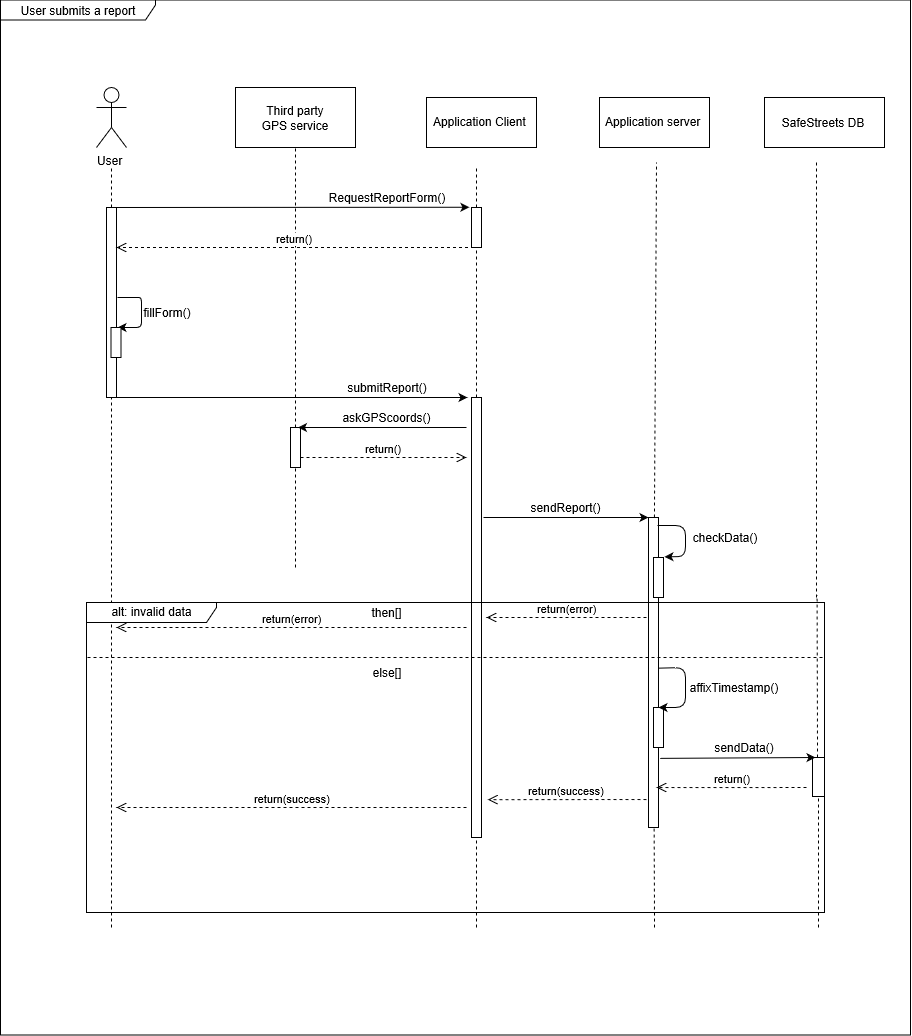
Above: RASD/Images/ReportSubmitSequenceDiagram-0-2.png in fafrullo2/PanzeriPeruginiPipita (draw.io), before the change. Source tidied: cells renumbered, new cells last; positions are measured from the earlier drawing's top-left corner, leaving out a move shared by most shapes.
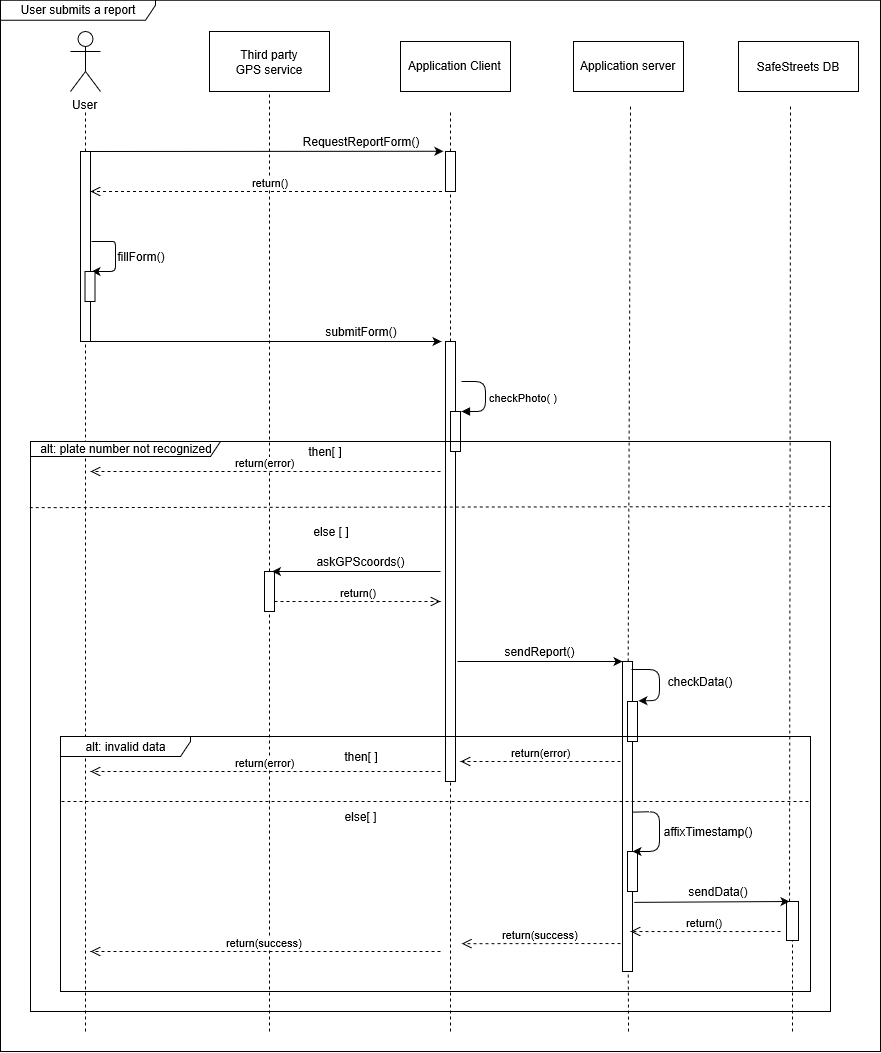
Above is the later version.

Diff of the diagram source:
```diff
@@ -42,7 +42,7 @@
     </mxCell>
     <mxCell id="12" style="endArrow=none;dashed=1;html=1;" parent="1" edge="1" target="11">
       <mxGeometry relative="1" as="geometry">
-        <mxPoint x="111" y="928" as="sourcePoint" />
+        <mxPoint x="111" y="1088" as="sourcePoint" />
       </mxGeometry>
     </mxCell>
     <mxCell id="13" style="endArrow=classic;html=1;" parent="1" edge="1">
@@ -64,7 +64,7 @@
     <mxCell id="15" style="endArrow=classic;html=1;exitX=0.75;exitY=1;exitDx=0;exitDy=0;entryX=-0.4;entryY=0;entryDx=0;entryDy=0;entryPerimeter=0;" parent="1" edge="1" source="11" target="19">
       <mxGeometry relative="1" as="geometry" />
     </mxCell>
-    <mxCell id="16" value="submitReport()" style="text;html=1;strokeColor=none;fillColor=none;align=center;verticalAlign=middle;whiteSpace=wrap;rounded=0;" parent="1" vertex="1">
+    <mxCell id="16" value="submitForm()" style="text;html=1;strokeColor=none;fillColor=none;align=center;verticalAlign=middle;whiteSpace=wrap;rounded=0;" parent="1" vertex="1">
       <mxGeometry x="366" y="378" width="40" height="20" as="geometry" />
     </mxCell>
     <mxCell id="17" style="rounded=0;whiteSpace=wrap;html=1;" parent="1" vertex="1">
@@ -76,56 +76,56 @@
     <mxCell id="19" style="rounded=0;whiteSpace=wrap;html=1;" parent="1" vertex="1">
       <mxGeometry x="471" y="398" width="10" height="440" as="geometry" />
     </mxCell>
-    <mxCell id="20" style="endArrow=none;dashed=1;html=1;" parent="1" edge="1" target="19">
+    <mxCell id="20" style="endArrow=none;dashed=1;html=1;entryX=0.5;entryY=1;entryDx=0;entryDy=0;" parent="1" edge="1" target="19">
       <mxGeometry relative="1" as="geometry">
-        <mxPoint x="476" y="928" as="sourcePoint" />
+        <mxPoint x="476" y="1088" as="sourcePoint" />
       </mxGeometry>
     </mxCell>
     <mxCell id="21" style="endArrow=classic;html=1;" parent="1" edge="1">
       <mxGeometry relative="1" as="geometry">
-        <mxPoint x="483" y="518" as="sourcePoint" />
-        <mxPoint x="648" y="518" as="targetPoint" />
+        <mxPoint x="483" y="718" as="sourcePoint" />
+        <mxPoint x="648" y="718" as="targetPoint" />
       </mxGeometry>
     </mxCell>
     <mxCell id="22" style="rounded=0;whiteSpace=wrap;html=1;" parent="1" vertex="1">
-      <mxGeometry x="648" y="518" width="10" height="310" as="geometry" />
+      <mxGeometry x="648" y="718" width="10" height="310" as="geometry" />
     </mxCell>
     <mxCell id="23" style="endArrow=none;dashed=1;html=1;" parent="1" edge="1" target="22">
       <mxGeometry relative="1" as="geometry">
-        <mxPoint x="654" y="928" as="sourcePoint" />
+        <mxPoint x="654" y="1088" as="sourcePoint" />
       </mxGeometry>
     </mxCell>
     <mxCell id="24" value="sendReport()" style="text;html=1;strokeColor=none;fillColor=none;align=center;verticalAlign=middle;whiteSpace=wrap;rounded=0;" parent="1" vertex="1">
-      <mxGeometry x="545" y="498" width="40" height="20" as="geometry" />
+      <mxGeometry x="545" y="698" width="40" height="20" as="geometry" />
     </mxCell>
     <mxCell id="25" style="endArrow=classic;html=1;entryX=1.094;entryY=-0.016;entryDx=0;entryDy=0;entryPerimeter=0;" parent="1" edge="1" target="27">
       <mxGeometry relative="1" as="geometry">
-        <mxPoint x="657" y="526" as="sourcePoint" />
+        <mxPoint x="657" y="726" as="sourcePoint" />
         <Array as="points">
-          <mxPoint x="685" y="526" />
-          <mxPoint x="685" y="557" />
+          <mxPoint x="685" y="726" />
+          <mxPoint x="685" y="757" />
         </Array>
       </mxGeometry>
     </mxCell>
     <mxCell id="26" value="checkData()" style="text;html=1;strokeColor=none;fillColor=none;align=center;verticalAlign=middle;whiteSpace=wrap;rounded=0;" parent="1" vertex="1">
-      <mxGeometry x="705" y="528" width="40" height="20" as="geometry" />
+      <mxGeometry x="705" y="728" width="40" height="20" as="geometry" />
     </mxCell>
     <mxCell id="27" style="rounded=0;whiteSpace=wrap;html=1;" parent="1" vertex="1">
-      <mxGeometry x="653" y="558" width="10" height="40" as="geometry" />
+      <mxGeometry x="653" y="758" width="10" height="40" as="geometry" />
     </mxCell>
     <mxCell id="28" style="rounded=0;whiteSpace=wrap;html=1;" parent="1" vertex="1">
-      <mxGeometry x="653" y="708" width="10" height="40" as="geometry" />
+      <mxGeometry x="653" y="908" width="10" height="40" as="geometry" />
     </mxCell>
     <mxCell id="29" style="endArrow=classic;html=1;exitX=1.006;exitY=0.486;exitDx=0;exitDy=0;exitPerimeter=0;entryX=0.5;entryY=0;entryDx=0;entryDy=0;" parent="1" edge="1" source="22" target="28">
       <mxGeometry relative="1" as="geometry">
         <Array as="points">
-          <mxPoint x="685" y="668" />
-          <mxPoint x="685" y="708" />
+          <mxPoint x="685" y="868" />
+          <mxPoint x="685" y="908" />
         </Array>
       </mxGeometry>
     </mxCell>
     <mxCell id="30" value="affixTimestamp()" style="text;html=1;strokeColor=none;fillColor=none;align=center;verticalAlign=middle;whiteSpace=wrap;rounded=0;" parent="1" vertex="1">
-      <mxGeometry x="713" y="678" width="40" height="20" as="geometry" />
+      <mxGeometry x="713" y="878" width="40" height="20" as="geometry" />
     </mxCell>
     <mxCell id="31" style="rounded=0;whiteSpace=wrap;html=1;" parent="1" vertex="1">
       <mxGeometry x="235" y="88" width="120" height="60" as="geometry" />
@@ -142,36 +142,35 @@
     <mxCell id="35" value="SafeStreets DB" style="text;html=1;strokeColor=none;fillColor=none;align=center;verticalAlign=middle;whiteSpace=wrap;rounded=0;" parent="1" vertex="1">
       <mxGeometry x="772" y="113" width="102" height="20" as="geometry" />
     </mxCell>
-    <mxCell id="36" style="endArrow=none;dashed=1;html=1;" parent="1" edge="1">
+    <mxCell id="36" style="endArrow=none;dashed=1;html=1;exitX=0.25;exitY=0;exitDx=0;exitDy=0;" parent="1" edge="1" source="37">
       <mxGeometry relative="1" as="geometry">
-        <mxPoint x="816" y="598" as="sourcePoint" />
         <mxPoint x="816" y="160" as="targetPoint" />
       </mxGeometry>
     </mxCell>
     <mxCell id="37" style="rounded=0;whiteSpace=wrap;html=1;" parent="1" vertex="1">
-      <mxGeometry x="812" y="758" width="12" height="39" as="geometry" />
+      <mxGeometry x="812" y="958" width="12" height="39" as="geometry" />
     </mxCell>
     <mxCell id="38" style="endArrow=none;dashed=1;html=1;" parent="1" edge="1" target="37">
       <mxGeometry relative="1" as="geometry">
-        <mxPoint x="818" y="758" as="sourcePoint" />
+        <mxPoint x="818" y="958" as="sourcePoint" />
       </mxGeometry>
     </mxCell>
     <mxCell id="39" style="endArrow=classic;html=1;exitX=1.165;exitY=0.777;exitDx=0;exitDy=0;exitPerimeter=0;entryX=0.25;entryY=0;entryDx=0;entryDy=0;" parent="1" edge="1" source="22" target="37">
       <mxGeometry relative="1" as="geometry" />
     </mxCell>
     <mxCell id="40" value="sendData()" style="text;html=1;strokeColor=none;fillColor=none;align=center;verticalAlign=middle;whiteSpace=wrap;rounded=0;" parent="1" vertex="1">
-      <mxGeometry x="723" y="738" width="40" height="20" as="geometry" />
+      <mxGeometry x="723" y="938" width="40" height="20" as="geometry" />
     </mxCell>
     <mxCell id="41" value="User submits a report" style="shape=umlFrame;whiteSpace=wrap;html=1;width=155;height=20;" parent="1" vertex="1">
-      <mxGeometry y="0.5" width="910" height="1035" as="geometry" />
+      <mxGeometry x="26" y="56.8" width="880" height="1051.2" as="geometry" />
     </mxCell>
     <mxCell id="42" value="alt: invalid data" style="shape=umlFrame;whiteSpace=wrap;html=1;width=130;height=20;" parent="1" vertex="1">
-      <mxGeometry x="86" y="603" width="738" height="310" as="geometry" />
+      <mxGeometry x="86" y="793" width="750" height="255" as="geometry" />
     </mxCell>
     <mxCell id="43" style="endArrow=none;dashed=1;html=1;" parent="1" edge="1">
       <mxGeometry relative="1" as="geometry">
-        <mxPoint x="87" y="658" as="sourcePoint" />
-        <mxPoint x="825" y="658" as="targetPoint" />
+        <mxPoint x="87" y="858" as="sourcePoint" />
+        <mxPoint x="836" y="858" as="targetPoint" />
       </mxGeometry>
     </mxCell>
     <mxCell id="44" value="return()" style="html=1;verticalAlign=bottom;endArrow=open;dashed=1;endSize=8;exitX=0.25;exitY=1;exitDx=0;exitDy=0;" parent="1" edge="1" source="17">
@@ -181,69 +180,93 @@
     </mxCell>
     <mxCell id="45" value="return(error)" style="html=1;verticalAlign=bottom;endArrow=open;dashed=1;endSize=8;" parent="1" edge="1">
       <mxGeometry relative="1" as="geometry">
-        <mxPoint x="646" y="618" as="sourcePoint" />
-        <mxPoint x="486" y="618" as="targetPoint" />
+        <mxPoint x="646" y="818" as="sourcePoint" />
+        <mxPoint x="486" y="818" as="targetPoint" />
       </mxGeometry>
     </mxCell>
     <mxCell id="46" style="rounded=0;whiteSpace=wrap;html=1;" parent="1" vertex="1">
-      <mxGeometry x="290" y="428" width="10" height="40" as="geometry" />
+      <mxGeometry x="290" y="628" width="10" height="40" as="geometry" />
     </mxCell>
     <mxCell id="47" style="endArrow=none;dashed=1;html=1;entryX=0.5;entryY=1;entryDx=0;entryDy=0;" parent="1" edge="1" target="46">
       <mxGeometry relative="1" as="geometry">
-        <mxPoint x="295" y="568" as="sourcePoint" />
+        <mxPoint x="295" y="1088" as="sourcePoint" />
       </mxGeometry>
     </mxCell>
     <mxCell id="48" style="endArrow=classic;html=1;entryX=0.75;entryY=0;entryDx=0;entryDy=0;" parent="1" edge="1" target="46">
       <mxGeometry relative="1" as="geometry">
-        <mxPoint x="466" y="428" as="sourcePoint" />
+        <mxPoint x="466" y="628" as="sourcePoint" />
       </mxGeometry>
     </mxCell>
     <mxCell id="49" value="askGPScoords()" style="text;html=1;strokeColor=none;fillColor=none;align=center;verticalAlign=middle;whiteSpace=wrap;rounded=0;" parent="1" vertex="1">
-      <mxGeometry x="366" y="408" width="40" height="20" as="geometry" />
+      <mxGeometry x="366" y="608" width="40" height="20" as="geometry" />
     </mxCell>
-    <mxCell id="50" style="endArrow=none;dashed=1;html=1;" parent="1" edge="1">
-      <mxGeometry relative="1" as="geometry">
-        <mxPoint x="817" y="758" as="sourcePoint" />
-        <mxPoint x="816.5" y="595.5" as="targetPoint" />
-      </mxGeometry>
-    </mxCell>
     <mxCell id="51" value="return()" style="html=1;verticalAlign=bottom;endArrow=open;dashed=1;endSize=8;entryX=0.8;entryY=0.871;entryDx=0;entryDy=0;entryPerimeter=0;" parent="1" edge="1" target="22">
       <mxGeometry relative="1" as="geometry">
-        <mxPoint x="806" y="788" as="sourcePoint" />
+        <mxPoint x="806" y="988" as="sourcePoint" />
       </mxGeometry>
     </mxCell>
-    <mxCell id="52" value="return(success)" style="html=1;verticalAlign=bottom;endArrow=open;dashed=1;endSize=8;entryX=1.629;entryY=0.914;entryDx=0;entryDy=0;entryPerimeter=0;" parent="1" edge="1" target="19">
+    <mxCell id="52" value="return(success)" style="html=1;verticalAlign=bottom;endArrow=open;dashed=1;endSize=8;entryX=1.629;entryY=0.914;entryDx=0;entryDy=0;entryPerimeter=0;" parent="1" edge="1">
       <mxGeometry relative="1" as="geometry">
-        <mxPoint x="646" y="800" as="sourcePoint" />
+        <mxPoint x="646" y="1000" as="sourcePoint" />
+        <mxPoint x="487.3" y="1000.2" as="targetPoint" />
       </mxGeometry>
     </mxCell>
     <mxCell id="53" value="return(success)" style="html=1;verticalAlign=bottom;endArrow=open;dashed=1;endSize=8;" parent="1" edge="1">
       <mxGeometry relative="1" as="geometry">
-        <mxPoint x="466" y="808" as="sourcePoint" />
-        <mxPoint x="116" y="808" as="targetPoint" />
+        <mxPoint x="466" y="1008" as="sourcePoint" />
+        <mxPoint x="116" y="1008" as="targetPoint" />
       </mxGeometry>
     </mxCell>
     <mxCell id="54" style="endArrow=none;dashed=1;html=1;entryX=0.5;entryY=1;entryDx=0;entryDy=0;" parent="1" edge="1" target="37">
       <mxGeometry relative="1" as="geometry">
-        <mxPoint x="818" y="928" as="sourcePoint" />
+        <mxPoint x="818" y="1088" as="sourcePoint" />
       </mxGeometry>
     </mxCell>
     <mxCell id="55" value="return(error)" style="html=1;verticalAlign=bottom;endArrow=open;dashed=1;endSize=8;" parent="1" edge="1">
       <mxGeometry relative="1" as="geometry">
-        <mxPoint x="466" y="628" as="sourcePoint" />
-        <mxPoint x="116" y="628" as="targetPoint" />
+        <mxPoint x="466" y="828" as="sourcePoint" />
+        <mxPoint x="116" y="828" as="targetPoint" />
       </mxGeometry>
     </mxCell>
-    <mxCell id="56" value="then[]" style="text;html=1;strokeColor=none;fillColor=none;align=center;verticalAlign=middle;whiteSpace=wrap;rounded=0;" parent="1" vertex="1">
-      <mxGeometry x="366" y="603" width="40" height="20" as="geometry" />
+    <mxCell id="56" value="then[ ]" style="text;html=1;strokeColor=none;fillColor=none;align=center;verticalAlign=middle;whiteSpace=wrap;rounded=0;" parent="1" vertex="1">
+      <mxGeometry x="366" y="803" width="40" height="20" as="geometry" />
     </mxCell>
-    <mxCell id="57" value="else[]" style="text;html=1;strokeColor=none;fillColor=none;align=center;verticalAlign=middle;whiteSpace=wrap;rounded=0;" parent="1" vertex="1">
-      <mxGeometry x="366" y="663" width="40" height="20" as="geometry" />
+    <mxCell id="57" value="else[ ]" style="text;html=1;strokeColor=none;fillColor=none;align=center;verticalAlign=middle;whiteSpace=wrap;rounded=0;" parent="1" vertex="1">
+      <mxGeometry x="366" y="863" width="40" height="20" as="geometry" />
     </mxCell>
     <mxCell id="58" value="return()" style="html=1;verticalAlign=bottom;endArrow=open;dashed=1;endSize=8;exitX=1;exitY=0.75;exitDx=0;exitDy=0;" parent="1" edge="1" source="46">
       <mxGeometry relative="1" as="geometry">
-        <mxPoint x="466" y="458" as="targetPoint" />
+        <mxPoint x="466" y="658" as="targetPoint" />
       </mxGeometry>
     </mxCell>
+    <mxCell id="59" style="html=1;points=[];perimeter=orthogonalPerimeter;" parent="1" vertex="1">
+      <mxGeometry x="476" y="468" width="10" height="40" as="geometry" />
+    </mxCell>
+    <mxCell id="60" value="checkPhoto( )" style="edgeStyle=orthogonalEdgeStyle;html=1;align=left;spacingLeft=2;endArrow=block;entryX=1;entryY=0;rounded=1;" parent="1" edge="1" target="59">
+      <mxGeometry relative="1" as="geometry">
+        <mxPoint x="486" y="438" as="sourcePoint" />
+        <Array as="points">
+          <mxPoint x="511" y="438" />
+        </Array>
+      </mxGeometry>
+    </mxCell>
+    <mxCell id="61" style="endArrow=none;dashed=1;html=1;exitX=-0.001;exitY=0.116;exitDx=0;exitDy=0;exitPerimeter=0;entryX=1.002;entryY=0.114;entryDx=0;entryDy=0;entryPerimeter=0;" parent="1" edge="1" source="65" target="65">
+      <mxGeometry relative="1" as="geometry" />
+    </mxCell>
+    <mxCell id="62" value="return(error)" style="html=1;verticalAlign=bottom;endArrow=open;dashed=1;endSize=8;" parent="1" edge="1">
+      <mxGeometry relative="1" as="geometry">
+        <mxPoint x="466" y="528" as="sourcePoint" />
+        <mxPoint x="116" y="528" as="targetPoint" />
+      </mxGeometry>
+    </mxCell>
+    <mxCell id="63" value="then[ ]" style="text;html=1;strokeColor=none;fillColor=none;align=center;verticalAlign=middle;whiteSpace=wrap;rounded=0;" parent="1" vertex="1">
+      <mxGeometry x="330" y="498" width="40" height="20" as="geometry" />
+    </mxCell>
+    <mxCell id="64" value="else [ ]" style="text;html=1;strokeColor=none;fillColor=none;align=center;verticalAlign=middle;whiteSpace=wrap;rounded=0;" parent="1" vertex="1">
+      <mxGeometry x="336" y="578" width="40" height="20" as="geometry" />
+    </mxCell>
+    <mxCell id="65" value="alt: plate number not recognized" style="shape=umlFrame;whiteSpace=wrap;html=1;width=190;height=15;" parent="1" vertex="1">
+      <mxGeometry x="56" y="498" width="800" height="570" as="geometry" />
+    </mxCell>
   </root>
 </mxGraphModel>
```
